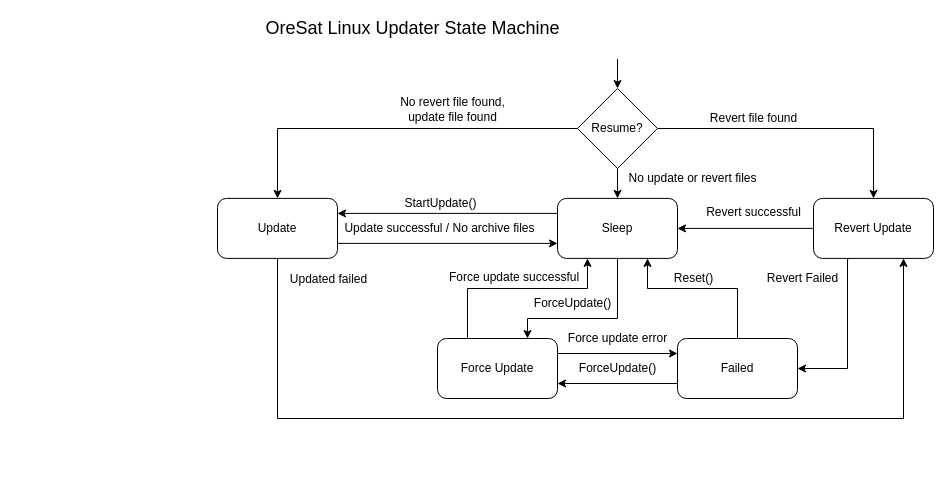
The draw.io diagram updater_onboard/UpdaterStateMachine.drawio in oresat/oresat-linux, before the edit. Source tidied: cells renumbered, new cells numbered last; positions are measured from the earlier drawing's top-left corner, leaving out a move shared by most shapes. Both pictures are drawn from the tidied source at 100%, with x=0, y=0 at pixel (217, 18).
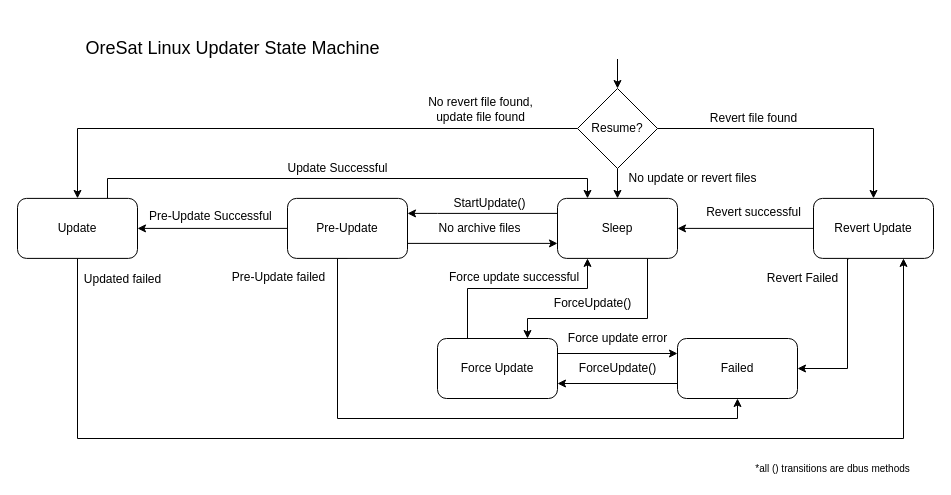
After the change.

Commit message (it also covers changes not shown here):
new update state machine

The change refers to these unchanged cells:
```xml
<mxCell id="5" value="Sleep" style="rounded=1;whiteSpace=wrap;html=1;" parent="1" vertex="1">
  <mxGeometry x="340" y="179.9" width="120" height="60" as="geometry" />
</mxCell>
<mxCell id="12" value="Failed" style="rounded=1;whiteSpace=wrap;html=1;" parent="1" vertex="1">
  <mxGeometry x="460" y="320" width="120" height="60" as="geometry" />
</mxCell>
<mxCell id="21" value="Revert Update" style="rounded=1;whiteSpace=wrap;html=1;" parent="1" vertex="1">
  <mxGeometry x="596" y="179.9" width="120" height="60" as="geometry" />
</mxCell>
<mxCell id="31" value="Force Update" style="rounded=1;whiteSpace=wrap;html=1;strokeColor=#000000;" parent="1" vertex="1">
  <mxGeometry x="220" y="320" width="120" height="60" as="geometry" />
</mxCell>
<mxCell id="35" value="Resume?" style="rhombus;whiteSpace=wrap;html=1;strokeColor=#000000;" parent="1" vertex="1">
  <mxGeometry x="360" y="70" width="80" height="80" as="geometry" />
</mxCell>
```

What changed in the source:
```diff
@@
-    <mxCell id="4" style="edgeStyle=orthogonalEdgeStyle;rounded=0;jettySize=auto;html=1;entryX=0.75;entryY=0;entryDx=0;entryDy=0;" parent="1" edge="1" source="5" target="31">
+    <mxCell id="4" style="edgeStyle=orthogonalEdgeStyle;rounded=0;jettySize=auto;html=1;entryX=0.75;entryY=0;entryDx=0;entryDy=0;exitX=0.75;exitY=1;exitDx=0;exitDy=0;" parent="1" edge="1" source="5" target="31">
       <mxGeometry relative="1" as="geometry">
         <Array as="points">
-          <mxPoint x="400" y="300" />
+          <mxPoint x="430" y="300" />
           <mxPoint x="310" y="300" />
         </Array>
       </mxGeometry>
     </mxCell>
@@
-    <mxCell id="6" style="edgeStyle=orthogonalEdgeStyle;rounded=0;jettySize=auto;html=1;entryX=0.75;entryY=1;entryDx=0;entryDy=0;" parent="1" edge="1" source="8" target="21">
+    <mxCell id="6" style="edgeStyle=orthogonalEdgeStyle;rounded=0;jettySize=auto;html=1;entryX=0.75;entryY=1;entryDx=0;entryDy=0;exitX=0.5;exitY=1;exitDx=0;exitDy=0;" parent="1" edge="1" source="41" target="21">
       <mxGeometry relative="1" as="geometry">
         <Array as="points">
-          <mxPoint x="60" y="400" />
-          <mxPoint x="686" y="400" />
+          <mxPoint x="-140" y="420" />
+          <mxPoint x="686" y="420" />
         </Array>
       </mxGeometry>
     </mxCell>
     <mxCell id="7" value="Updated failed" style="text;html=1;align=center;verticalAlign=middle;labelBackgroundColor=#ffffff;" parent="6" vertex="1">
       <mxGeometry x="0.09" y="-1" relative="1" as="geometry">
-        <mxPoint x="-305.2" y="-141" as="offset" />
+        <mxPoint x="-421.9" y="-161" as="offset" />
       </mxGeometry>
     </mxCell>
+    <mxCell id="37" style="edgeStyle=orthogonalEdgeStyle;rounded=0;jettySize=auto;html=1;" parent="1" edge="1" source="8" target="41">
+      <mxGeometry relative="1" as="geometry" />
+    </mxCell>
+    <mxCell id="38" style="edgeStyle=orthogonalEdgeStyle;rounded=0;jettySize=auto;html=1;entryX=0.5;entryY=1;entryDx=0;entryDy=0;exitX=0.5;exitY=1;exitDx=0;exitDy=0;" parent="1" edge="1" source="8" target="12">
+      <mxGeometry relative="1" as="geometry">
+        <Array as="points">
+          <mxPoint x="120" y="240" />
+          <mxPoint x="120" y="400" />
+          <mxPoint x="520" y="400" />
+        </Array>
+      </mxGeometry>
+    </mxCell>
+    <mxCell id="39" value="Pre-Update failed" style="text;html=1;align=center;verticalAlign=middle;labelBackgroundColor=#ffffff;" parent="38" vertex="1">
+      <mxGeometry x="-0.73" relative="1" as="geometry">
+        <mxPoint x="-60" y="-51.3" as="offset" />
+      </mxGeometry>
+    </mxCell>
-    <mxCell id="8" value="Update" style="rounded=1;whiteSpace=wrap;html=1;" parent="1" vertex="1">
-      <mxGeometry y="179.9" width="120" height="60" as="geometry" />
+    <mxCell id="8" value="Pre-Update" style="rounded=1;whiteSpace=wrap;html=1;" parent="1" vertex="1">
+      <mxGeometry x="70" y="179.9" width="120" height="60" as="geometry" />
     </mxCell>
-    <mxCell id="9" style="edgeStyle=orthogonalEdgeStyle;rounded=0;jettySize=auto;html=1;entryX=0.75;entryY=1;entryDx=0;entryDy=0;exitX=0.5;exitY=0;exitDx=0;exitDy=0;" parent="1" edge="1" source="12" target="5">
-      <mxGeometry relative="1" as="geometry">
-        <Array as="points">
-          <mxPoint x="520" y="270" />
-          <mxPoint x="430" y="270" />
-        </Array>
-      </mxGeometry>
-    </mxCell>
-    <mxCell id="10" value="&lt;span title=&quot;Greek language text&quot; lang=&quot;el&quot;&gt;Reset()&lt;/span&gt;" style="text;html=1;align=center;verticalAlign=middle;labelBackgroundColor=#ffffff;" parent="9" vertex="1">
-      <mxGeometry x="-0.45" y="-1" relative="1" as="geometry">
-        <mxPoint x="-46" y="-13.3" as="offset" />
-      </mxGeometry>
-    </mxCell>
+    <mxCell id="40" style="edgeStyle=orthogonalEdgeStyle;rounded=0;jettySize=auto;html=1;entryX=0.25;entryY=0;entryDx=0;entryDy=0;exitX=0.75;exitY=0;exitDx=0;exitDy=0;" parent="1" edge="1" source="41" target="5">
+      <mxGeometry relative="1" as="geometry">
+        <Array as="points">
+          <mxPoint x="-110" y="160" />
+          <mxPoint x="370" y="160" />
+        </Array>
+      </mxGeometry>
+    </mxCell>
+    <mxCell id="41" value="Update" style="rounded=1;whiteSpace=wrap;html=1;" parent="1" vertex="1">
+      <mxGeometry x="-200" y="179.9" width="120" height="60" as="geometry" />
+    </mxCell>
@@
     <mxCell id="15" value="&lt;font style=&quot;font-size: 18px&quot;&gt;OreSat Linux Updater State Machine&lt;/font&gt;" style="text;html=1;align=center;verticalAlign=middle;" parent="1" vertex="1">
-      <mxGeometry x="40" width="310" height="20" as="geometry" />
+      <mxGeometry x="-140" y="20" width="310" height="20" as="geometry" />
     </mxCell>
@@
-    <mxCell id="18" style="edgeStyle=orthogonalEdgeStyle;rounded=0;jettySize=auto;html=1;entryX=0.5;entryY=0;entryDx=0;entryDy=0;exitX=0;exitY=0.5;exitDx=0;exitDy=0;" parent="1" edge="1" source="35" target="8">
+    <mxCell id="18" style="edgeStyle=orthogonalEdgeStyle;rounded=0;jettySize=auto;html=1;entryX=0.5;entryY=0;entryDx=0;entryDy=0;exitX=0;exitY=0.5;exitDx=0;exitDy=0;" parent="1" edge="1" source="35" target="41">
       <mxGeometry relative="1" as="geometry">
         <Array as="points">
-          <mxPoint x="60" y="110" />
+          <mxPoint x="-140" y="110" />
         </Array>
       </mxGeometry>
     </mxCell>
@@
-    <mxCell id="23" value="Update successful / No archive files" style="text;html=1;align=center;verticalAlign=middle;labelBackgroundColor=#ffffff;" parent="1" vertex="1">
-      <mxGeometry x="220" y="260" as="geometry">
+    <mxCell id="23" value="No archive files" style="text;html=1;align=center;verticalAlign=middle;labelBackgroundColor=#ffffff;" parent="1" vertex="1">
+      <mxGeometry x="260" y="260" as="geometry">
         <mxPoint x="1.9" y="-51" as="offset" />
       </mxGeometry>
     </mxCell>
@@
     <mxCell id="34" value="ForceUpdate()" style="text;html=1;align=center;verticalAlign=middle;" parent="1" vertex="1">
-      <mxGeometry x="310" y="275" width="90" height="20" as="geometry" />
+      <mxGeometry x="330" y="275" width="90" height="20" as="geometry" />
     </mxCell>
@@
+    <mxCell id="42" value="Update Successful" style="text;html=1;align=center;verticalAlign=middle;" parent="1" vertex="1">
+      <mxGeometry x="60" y="140" width="120" height="20" as="geometry" />
+    </mxCell>
+    <mxCell id="43" value="Pre-Update Successful" style="text;html=1;" parent="1" vertex="1">
+      <mxGeometry x="-70" y="184" width="130" height="30" as="geometry" />
+    </mxCell>
+    <mxCell id="44" value="&lt;font style=&quot;font-size: 10px&quot;&gt;*all () transitions are dbus methods&lt;/font&gt;" style="text;html=1;align=center;verticalAlign=middle;" parent="1" vertex="1">
+      <mxGeometry x="525" y="440" width="180" height="20" as="geometry" />
+    </mxCell>
```
